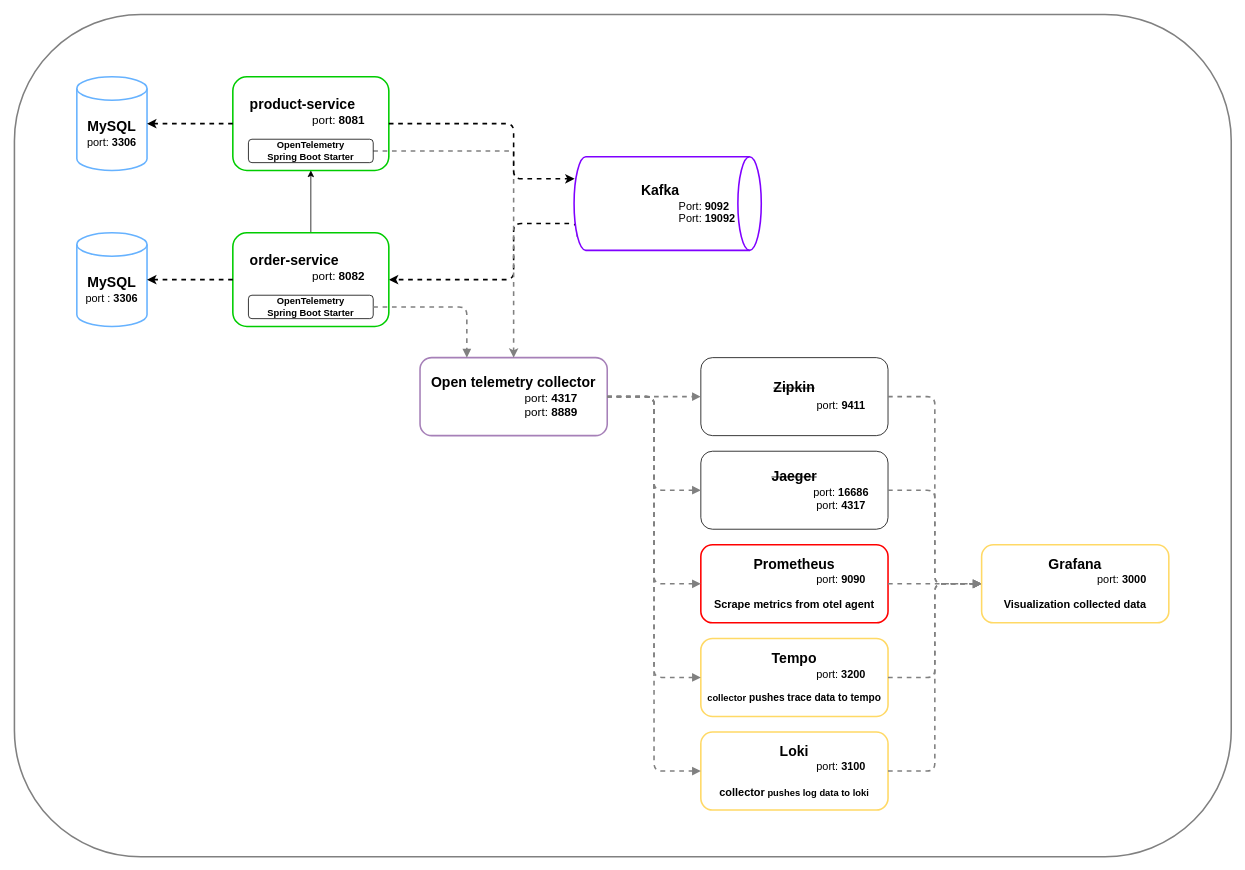
This is docs/diagram/otel-architecture.drawio from re-mora/spring-otel-tutorial, a draw.io file, before an edit. Source tidied: cells renumbered, new cells numbered last; positions are measured from the earlier drawing's top-left corner, leaving out a move shared by most shapes. Both pictures are drawn from the tidied source at 78%, with x=0, y=0 at pixel (14, 14).
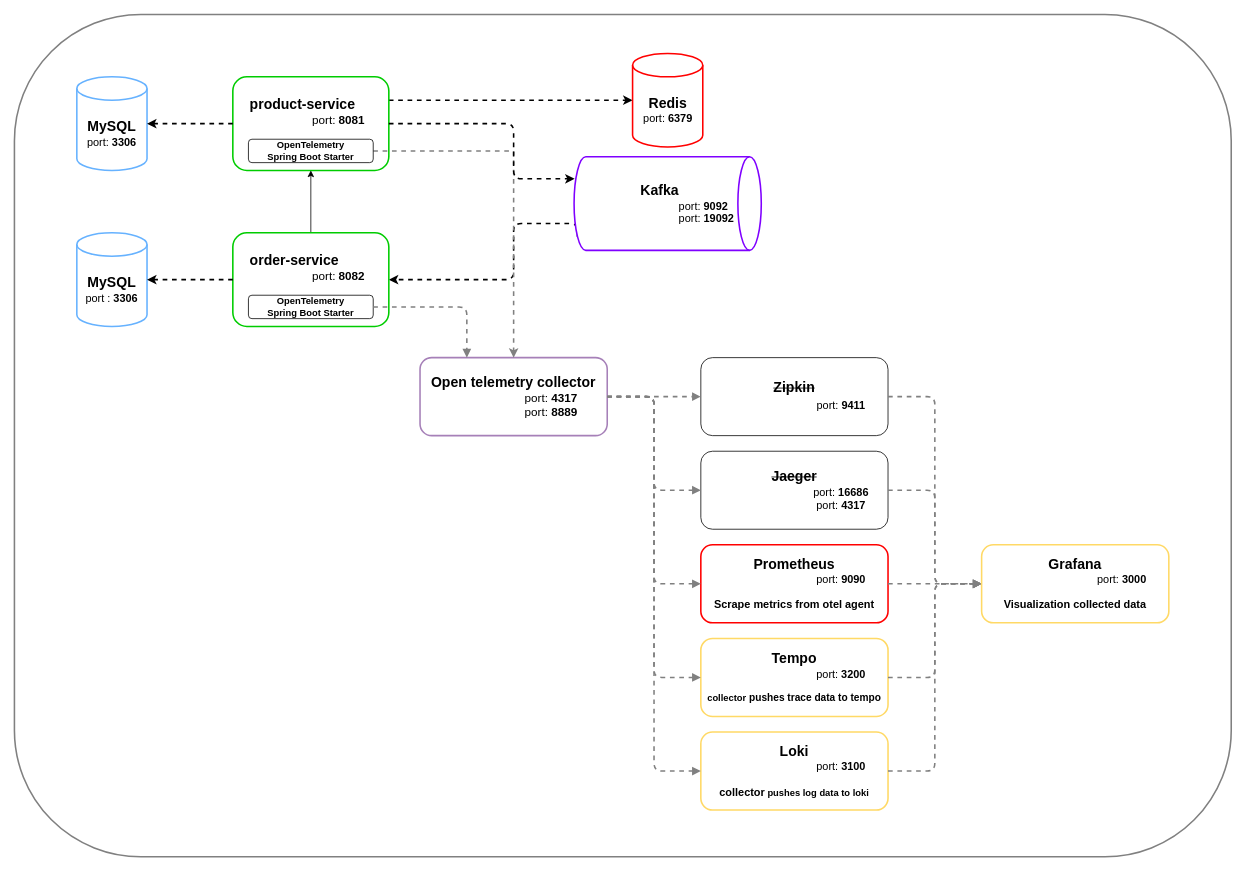
The same page after the edit.

The change refers to these unchanged cells:
```xml
<mxCell id="3" style="rounded=1;whiteSpace=wrap;html=1;labelPosition=center;verticalLabelPosition=middle;align=center;verticalAlign=middle;gradientColor=none;strokeColor=#00CC00;strokeWidth=2;" parent="1" vertex="1">
  <mxGeometry x="280" y="80" width="200" height="120" as="geometry" />
</mxCell>
```

The edit, as a diff of the source:
```diff
@@
+    <mxCell id="38" style="edgeStyle=orthogonalEdgeStyle;rounded=0;jettySize=auto;html=1;exitX=1;exitY=0.25;exitDx=0;exitDy=0;dashed=1;strokeWidth=2;" parent="1" edge="1" source="3" target="41">
+      <mxGeometry relative="1" as="geometry" />
+    </mxCell>
@@
-    <mxCell id="21" style="edgeStyle=orthogonalEdgeStyle;rounded=0;orthogonalLoop=1;jettySize=auto;html=1;exitX=0.5;exitY=1;exitDx=0;exitDy=0;" parent="1" edge="1">
-      <mxGeometry relative="1" as="geometry">
-        <mxPoint x="870" y="272.5" as="sourcePoint" />
-        <mxPoint x="870" y="272.5" as="targetPoint" />
-      </mxGeometry>
-    </mxCell>
+    <mxCell id="39" style="edgeStyle=orthogonalEdgeStyle;rounded=0;orthogonalLoop=1;jettySize=auto;html=1;exitX=0.5;exitY=1;exitDx=0;exitDy=0;" parent="1" edge="1">
+      <mxGeometry relative="1" as="geometry">
+        <mxPoint x="870" y="272.5" as="sourcePoint" />
+        <mxPoint x="870" y="272.5" as="targetPoint" />
+      </mxGeometry>
+    </mxCell>
@@
-    <mxCell id="30" value="&lt;div style=&quot;text-align: center;&quot;&gt;&lt;b style=&quot;background-color: transparent; color: light-dark(rgb(0, 0, 0), rgb(255, 255, 255));&quot;&gt;&lt;font style=&quot;font-size: 18px;&quot;&gt;Kafka&lt;/font&gt;&lt;/b&gt;&lt;/div&gt;&lt;blockquote style=&quot;margin: 0 0 0 40px; border: none; padding: 0px;&quot;&gt;&lt;blockquote style=&quot;margin: 0 0 0 40px; border: none; padding: 0px;&quot;&gt;&lt;blockquote style=&quot;margin: 0 0 0 40px; border: none; padding: 0px;&quot;&gt;&lt;div&gt;&lt;font style=&quot;font-size: 14px;&quot;&gt;&lt;font style=&quot;&quot;&gt;Port: &lt;b&gt;9092&lt;/b&gt;&lt;/font&gt;&lt;/font&gt;&lt;/div&gt;&lt;/blockquote&gt;&lt;/blockquote&gt;&lt;blockquote style=&quot;margin: 0 0 0 40px; border: none; padding: 0px;&quot;&gt;&lt;blockquote style=&quot;margin: 0 0 0 40px; border: none; padding: 0px;&quot;&gt;&lt;div&gt;&lt;font style=&quot;font-size: 14px;&quot;&gt;&lt;font style=&quot;&quot;&gt;Port: &lt;b&gt;19092&lt;/b&gt;&lt;/font&gt;&lt;/font&gt;&lt;/div&gt;&lt;/blockquote&gt;&lt;/blockquote&gt;&lt;/blockquote&gt;" style="text;html=1;align=left;verticalAlign=middle;whiteSpace=wrap;rounded=0;" parent="1" vertex="1">
-      <mxGeometry x="730" y="197.5" width="200" height="90" as="geometry" />
-    </mxCell>
+    <mxCell id="40" value="&lt;div style=&quot;text-align: center;&quot;&gt;&lt;b style=&quot;background-color: transparent; color: light-dark(rgb(0, 0, 0), rgb(255, 255, 255));&quot;&gt;&lt;font style=&quot;font-size: 18px;&quot;&gt;Kafka&lt;/font&gt;&lt;/b&gt;&lt;/div&gt;&lt;blockquote style=&quot;margin: 0 0 0 40px; border: none; padding: 0px;&quot;&gt;&lt;blockquote style=&quot;margin: 0 0 0 40px; border: none; padding: 0px;&quot;&gt;&lt;blockquote style=&quot;margin: 0 0 0 40px; border: none; padding: 0px;&quot;&gt;&lt;div&gt;&lt;font style=&quot;font-size: 14px;&quot;&gt;&lt;font style=&quot;&quot;&gt;port: &lt;b&gt;9092&lt;/b&gt;&lt;/font&gt;&lt;/font&gt;&lt;/div&gt;&lt;/blockquote&gt;&lt;/blockquote&gt;&lt;blockquote style=&quot;margin: 0 0 0 40px; border: none; padding: 0px;&quot;&gt;&lt;blockquote style=&quot;margin: 0 0 0 40px; border: none; padding: 0px;&quot;&gt;&lt;div&gt;&lt;font style=&quot;font-size: 14px;&quot;&gt;&lt;font style=&quot;&quot;&gt;port: &lt;b&gt;19092&lt;/b&gt;&lt;/font&gt;&lt;/font&gt;&lt;/div&gt;&lt;/blockquote&gt;&lt;/blockquote&gt;&lt;/blockquote&gt;" style="text;html=1;align=left;verticalAlign=middle;whiteSpace=wrap;rounded=0;" parent="1" vertex="1">
+      <mxGeometry x="730" y="197.5" width="200" height="90" as="geometry" />
+    </mxCell>
@@
+    <mxCell id="41" value="&lt;b&gt;&lt;span style=&quot;font-size: 18px;&quot;&gt;Redis&lt;/span&gt;&lt;br&gt;&lt;/b&gt;&lt;font style=&quot;font-size: 14px;&quot;&gt;port:&amp;nbsp;&lt;b style=&quot;&quot;&gt;6379&lt;/b&gt;&lt;/font&gt;" style="shape=cylinder3;whiteSpace=wrap;html=1;boundedLbl=1;backgroundOutline=1;size=15;strokeColor=#FF0000;strokeWidth=2;" parent="1" vertex="1">
+      <mxGeometry x="792.5" y="50" width="90" height="120" as="geometry" />
+    </mxCell>
```
